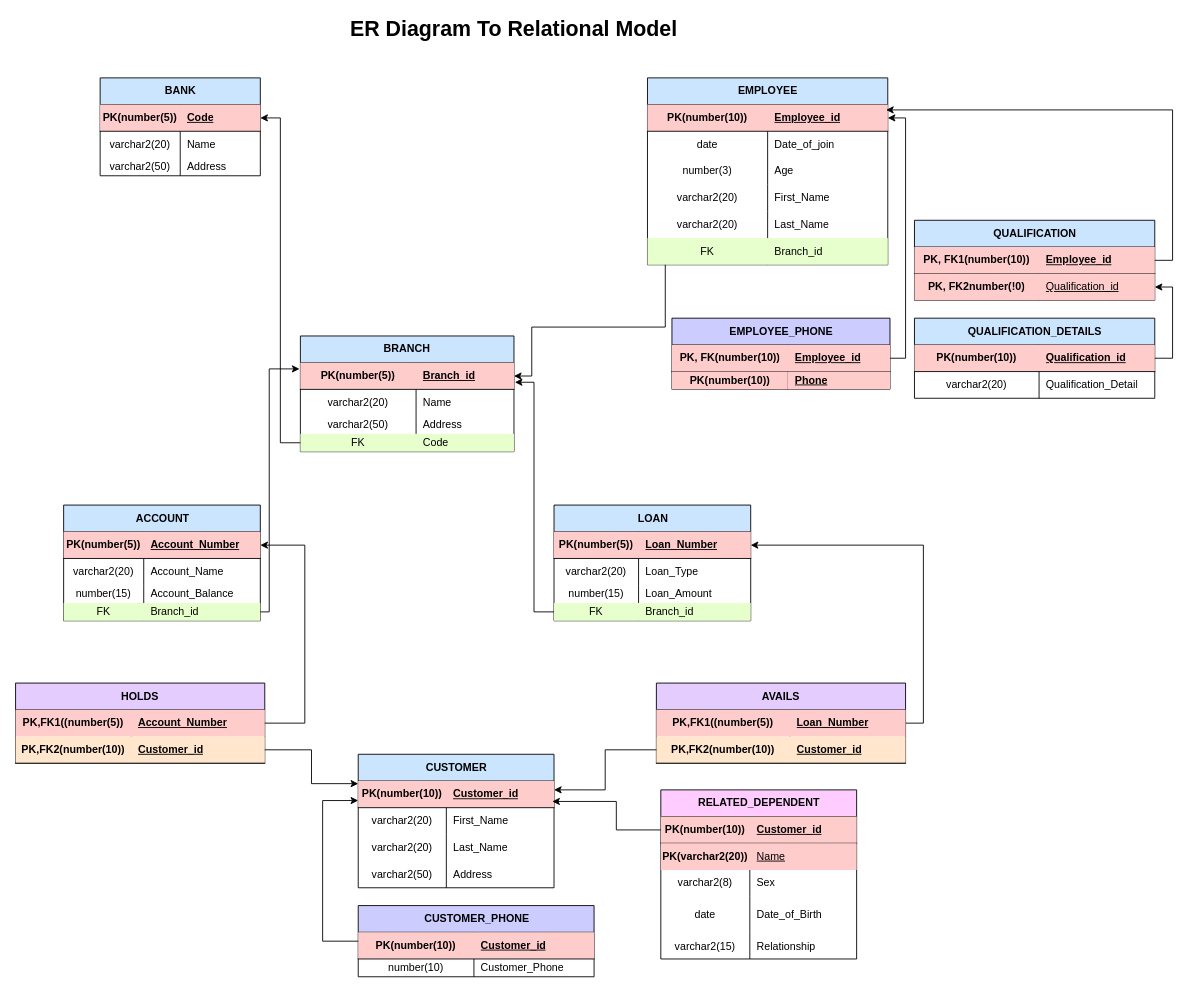
Earlier version of the draw.io diagram page "Page-2" (2 of 2) of Relational_model_from_ER_Diagram.drawio (Anurag404OpenSourceRules/Bank-Management-System-ERD). Source tidied: cells renumbered, new cells numbered last; positions are measured from the earlier drawing's top-left corner, leaving out a move shared by most shapes. Both pictures are drawn from the tidied source at 89%, with x=0, y=0 at pixel (15, 15).
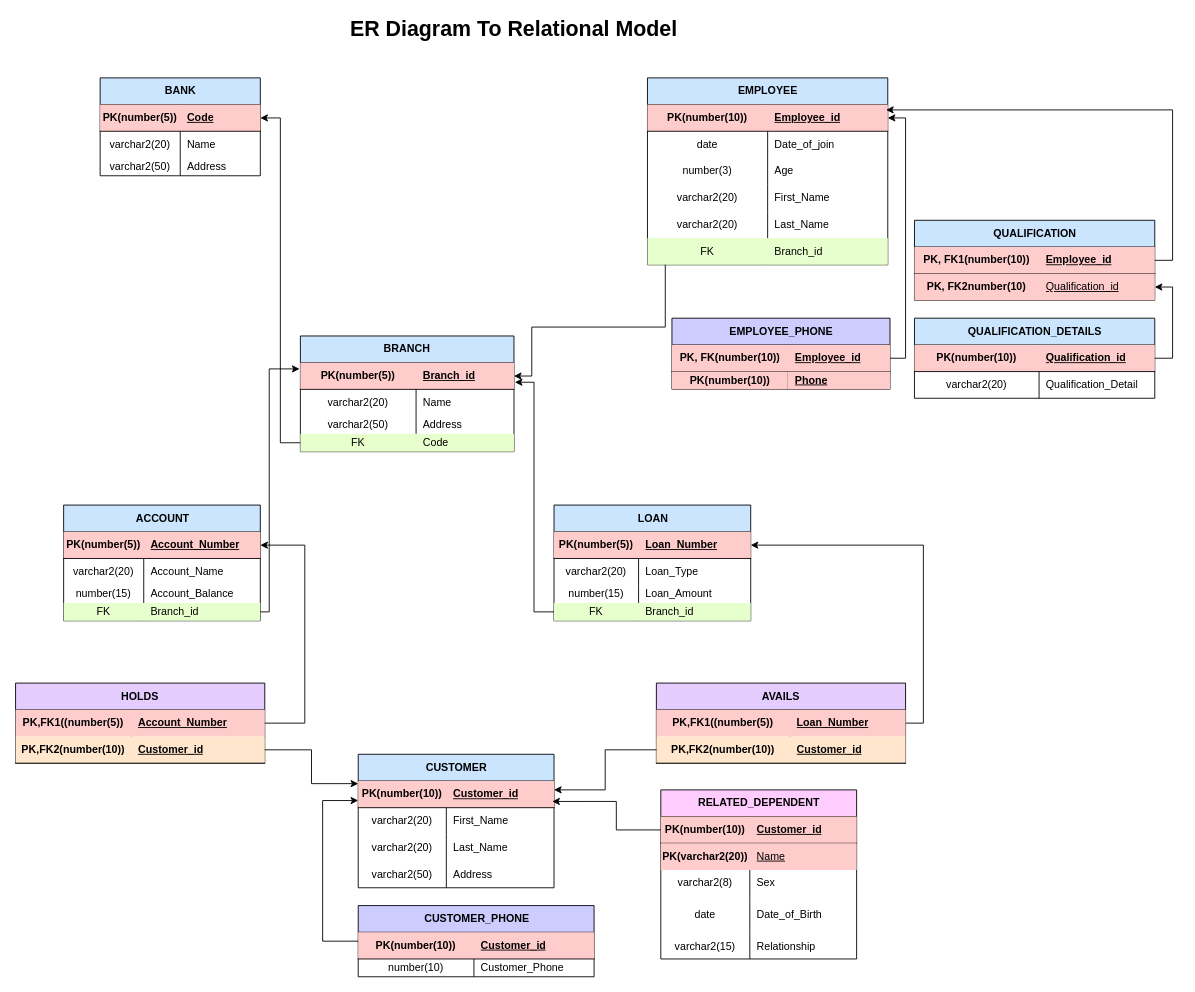
The same page after the edit.

The change refers to these unchanged cells:
```xml
<mxCell id="141" style="shape=tableRow;horizontal=0;startSize=0;swimlaneHead=0;swimlaneBody=0;fillColor=#FFCCCC;points=[[0,0.5],[1,0.5]];portConstraint=eastwest;top=0;left=0;right=0;bottom=0;" parent="137" vertex="1">
  <mxGeometry y="60" width="270" height="30" as="geometry" />
</mxCell>
```

Diff of the diagram source:
```diff
@@
-    <mxCell id="142" value="&lt;b&gt;PK, FK2number(!0)&lt;/b&gt;" style="shape=partialRectangle;fillColor=none;top=0;left=0;bottom=0;right=0;overflow=hidden;whiteSpace=wrap;html=1;" parent="141" vertex="1">
+    <mxCell id="142" value="&lt;b&gt;PK, FK2number(10)&lt;/b&gt;" style="shape=partialRectangle;fillColor=none;top=0;left=0;bottom=0;right=0;overflow=hidden;whiteSpace=wrap;html=1;" parent="141" vertex="1">
       <mxGeometry width="140" height="30" as="geometry" />
     </mxCell>
```
